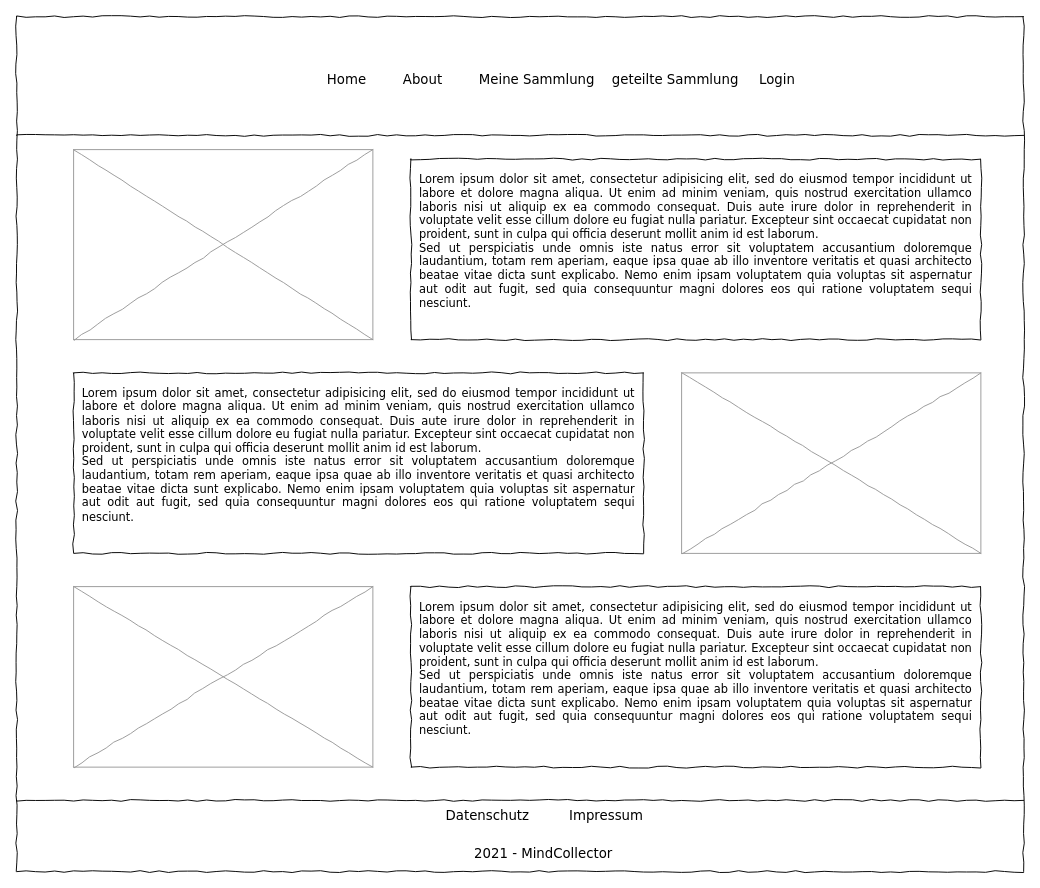
Above: page "Startseite" (3 of 10) of Mockup/mockups.drawio in MindCollector-Softwareprojekt2021/MindCollector (draw.io), before the change. Source tidied: cells renumbered, new cells numbered last; positions are measured from the earlier drawing's top-left corner, leaving out a move shared by most shapes. Both pictures are drawn from the tidied source at 95%, with x=0, y=0 at pixel (16, 16).
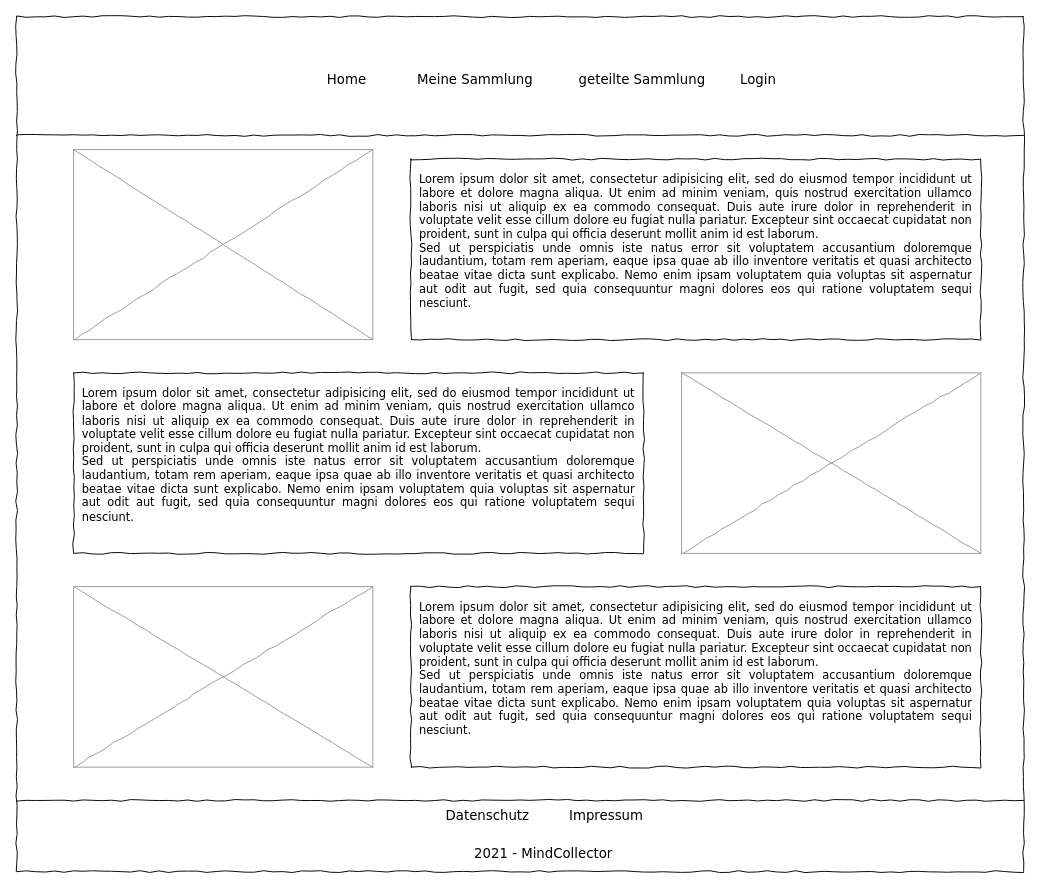
The same diagram, later.

Change to the diagram source:
```diff
@@
 <mxGraphModel>
   <root>
     <mxCell id="0" />
     <mxCell id="1" parent="0" />
     <mxCell id="2" style="whiteSpace=wrap;html=1;rounded=0;shadow=0;labelBackgroundColor=none;strokeColor=#000000;strokeWidth=1;fillColor=none;fontFamily=Verdana;fontSize=12;fontColor=#000000;align=center;comic=1;" parent="1" vertex="1">
       <mxGeometry width="1060" height="900" as="geometry" />
     </mxCell>
     <mxCell id="3" style="verticalLabelPosition=bottom;shadow=0;dashed=0;align=center;html=1;verticalAlign=top;strokeWidth=1;shape=mxgraph.mockup.graphics.simpleIcon;strokeColor=#999999;rounded=0;labelBackgroundColor=none;fontFamily=Verdana;fontSize=14;fontColor=#000000;comic=1;" parent="1" vertex="1">
       <mxGeometry x="60" y="140" width="315" height="200" as="geometry" />
     </mxCell>
     <mxCell id="4" value="Home" style="text;html=1;align=left;verticalAlign=top;spacingTop=-4;fontSize=14;fontFamily=Verdana;" parent="1" vertex="1">
       <mxGeometry x="325" y="55" width="60" height="20" as="geometry" />
     </mxCell>
-    <mxCell id="5" value="About" style="text;html=1;align=left;verticalAlign=top;spacingTop=-4;fontSize=14;fontFamily=Verdana;" parent="1" vertex="1">
-      <mxGeometry x="405" y="55" width="60" height="20" as="geometry" />
-    </mxCell>
     <mxCell id="6" value="Meine Sammlung" style="text;html=1;align=left;verticalAlign=top;spacingTop=-4;fontSize=14;fontFamily=Verdana;" parent="1" vertex="1">
-      <mxGeometry x="485" y="55" width="90" height="20" as="geometry" />
+      <mxGeometry x="420" y="55" width="90" height="20" as="geometry" />
     </mxCell>
     <mxCell id="7" style="line;strokeWidth=1;html=1;rounded=0;shadow=0;labelBackgroundColor=none;fillColor=none;fontFamily=Verdana;fontSize=14;fontColor=#000000;align=center;comic=1;" parent="1" vertex="1">
       <mxGeometry y="120" width="1060" height="10" as="geometry" />
     </mxCell>
     <mxCell id="8" value="&lt;div style=&quot;text-align: justify&quot;&gt;&lt;span&gt;Lorem ipsum dolor sit amet, consectetur adipisicing elit, sed do eiusmod tempor incididunt ut labore et dolore magna aliqua. Ut enim ad minim veniam, quis nostrud exercitation ullamco laboris nisi ut aliquip ex ea commodo consequat. Duis aute irure dolor in reprehenderit in voluptate velit esse cillum dolore eu fugiat nulla pariatur. Excepteur sint occaecat cupidatat non proident, sunt in culpa qui officia deserunt mollit anim id est laborum.&lt;/span&gt;&lt;/div&gt;&lt;div style=&quot;text-align: justify&quot;&gt;&lt;span&gt;Sed ut perspiciatis unde omnis iste natus error sit voluptatem accusantium doloremque laudantium, totam rem aperiam, eaque ipsa quae ab illo inventore veritatis et quasi architecto beatae vitae dicta sunt explicabo. Nemo enim ipsam voluptatem quia voluptas sit aspernatur aut odit aut fugit, sed quia consequuntur magni dolores eos qui ratione voluptatem sequi nesciunt.&amp;nbsp;&lt;/span&gt;&lt;/div&gt;" style="whiteSpace=wrap;html=1;rounded=0;shadow=0;labelBackgroundColor=none;strokeWidth=1;fillColor=none;fontFamily=Verdana;fontSize=12;align=center;verticalAlign=top;spacing=10;comic=1;" parent="1" vertex="1">
       <mxGeometry x="415" y="150" width="600" height="190" as="geometry" />
     </mxCell>
     <mxCell id="9" style="line;strokeWidth=1;html=1;rounded=0;shadow=0;labelBackgroundColor=none;fillColor=none;fontFamily=Verdana;fontSize=14;fontColor=#000000;align=center;comic=1;" parent="1" vertex="1">
       <mxGeometry y="820" width="1060" height="10" as="geometry" />
     </mxCell>
     <mxCell id="10" value="2021 - MindCollector" style="text;html=1;align=left;verticalAlign=top;spacingTop=-4;fontSize=14;fontFamily=Verdana;" parent="1" vertex="1">
       <mxGeometry x="480" y="870" width="60" height="20" as="geometry" />
     </mxCell>
     <mxCell id="11" value="Datenschutz" style="text;html=1;align=left;verticalAlign=top;spacingTop=-4;fontSize=14;fontFamily=Verdana;" parent="1" vertex="1">
       <mxGeometry x="450" y="830" width="60" height="20" as="geometry" />
     </mxCell>
     <mxCell id="12" value="Impressum" style="text;html=1;align=left;verticalAlign=top;spacingTop=-4;fontSize=14;fontFamily=Verdana;" parent="1" vertex="1">
       <mxGeometry x="580" y="830" width="60" height="20" as="geometry" />
     </mxCell>
     <mxCell id="13" value="geteilte Sammlung" style="text;html=1;align=left;verticalAlign=top;spacingTop=-4;fontSize=14;fontFamily=Verdana;" parent="1" vertex="1">
-      <mxGeometry x="625" y="55" width="90" height="20" as="geometry" />
+      <mxGeometry x="590" y="55" width="90" height="20" as="geometry" />
     </mxCell>
     <mxCell id="14" value="Login" style="text;html=1;align=left;verticalAlign=top;spacingTop=-4;fontSize=14;fontFamily=Verdana;" parent="1" vertex="1">
-      <mxGeometry x="780" y="55" width="90" height="20" as="geometry" />
+      <mxGeometry x="760" y="55" width="90" height="20" as="geometry" />
     </mxCell>
     <mxCell id="15" style="verticalLabelPosition=bottom;shadow=0;dashed=0;align=center;html=1;verticalAlign=top;strokeWidth=1;shape=mxgraph.mockup.graphics.simpleIcon;strokeColor=#999999;rounded=0;labelBackgroundColor=none;fontFamily=Verdana;fontSize=14;fontColor=#000000;comic=1;" parent="1" vertex="1">
       <mxGeometry x="700" y="375" width="315" height="190" as="geometry" />
     </mxCell>
     <mxCell id="16" value="&lt;div style=&quot;text-align: justify&quot;&gt;&lt;span&gt;Lorem ipsum dolor sit amet, consectetur adipisicing elit, sed do eiusmod tempor incididunt ut labore et dolore magna aliqua. Ut enim ad minim veniam, quis nostrud exercitation ullamco laboris nisi ut aliquip ex ea commodo consequat. Duis aute irure dolor in reprehenderit in voluptate velit esse cillum dolore eu fugiat nulla pariatur. Excepteur sint occaecat cupidatat non proident, sunt in culpa qui officia deserunt mollit anim id est laborum.&lt;/span&gt;&lt;/div&gt;&lt;div style=&quot;text-align: justify&quot;&gt;&lt;span&gt;Sed ut perspiciatis unde omnis iste natus error sit voluptatem accusantium doloremque laudantium, totam rem aperiam, eaque ipsa quae ab illo inventore veritatis et quasi architecto beatae vitae dicta sunt explicabo. Nemo enim ipsam voluptatem quia voluptas sit aspernatur aut odit aut fugit, sed quia consequuntur magni dolores eos qui ratione voluptatem sequi nesciunt.&amp;nbsp;&lt;/span&gt;&lt;/div&gt;" style="whiteSpace=wrap;html=1;rounded=0;shadow=0;labelBackgroundColor=none;strokeWidth=1;fillColor=none;fontFamily=Verdana;fontSize=12;align=center;verticalAlign=top;spacing=10;comic=1;" parent="1" vertex="1">
       <mxGeometry x="60" y="375" width="600" height="190" as="geometry" />
     </mxCell>
     <mxCell id="17" style="verticalLabelPosition=bottom;shadow=0;dashed=0;align=center;html=1;verticalAlign=top;strokeWidth=1;shape=mxgraph.mockup.graphics.simpleIcon;strokeColor=#999999;rounded=0;labelBackgroundColor=none;fontFamily=Verdana;fontSize=14;fontColor=#000000;comic=1;" parent="1" vertex="1">
       <mxGeometry x="60" y="600" width="315" height="190" as="geometry" />
     </mxCell>
     <mxCell id="18" value="&lt;div style=&quot;text-align: justify&quot;&gt;&lt;span&gt;Lorem ipsum dolor sit amet, consectetur adipisicing elit, sed do eiusmod tempor incididunt ut labore et dolore magna aliqua. Ut enim ad minim veniam, quis nostrud exercitation ullamco laboris nisi ut aliquip ex ea commodo consequat. Duis aute irure dolor in reprehenderit in voluptate velit esse cillum dolore eu fugiat nulla pariatur. Excepteur sint occaecat cupidatat non proident, sunt in culpa qui officia deserunt mollit anim id est laborum.&lt;/span&gt;&lt;/div&gt;&lt;div style=&quot;text-align: justify&quot;&gt;&lt;span&gt;Sed ut perspiciatis unde omnis iste natus error sit voluptatem accusantium doloremque laudantium, totam rem aperiam, eaque ipsa quae ab illo inventore veritatis et quasi architecto beatae vitae dicta sunt explicabo. Nemo enim ipsam voluptatem quia voluptas sit aspernatur aut odit aut fugit, sed quia consequuntur magni dolores eos qui ratione voluptatem sequi nesciunt.&amp;nbsp;&lt;/span&gt;&lt;/div&gt;" style="whiteSpace=wrap;html=1;rounded=0;shadow=0;labelBackgroundColor=none;strokeWidth=1;fillColor=none;fontFamily=Verdana;fontSize=12;align=center;verticalAlign=top;spacing=10;comic=1;" parent="1" vertex="1">
       <mxGeometry x="415" y="600" width="600" height="190" as="geometry" />
     </mxCell>
   </root>
 </mxGraphModel>
```
